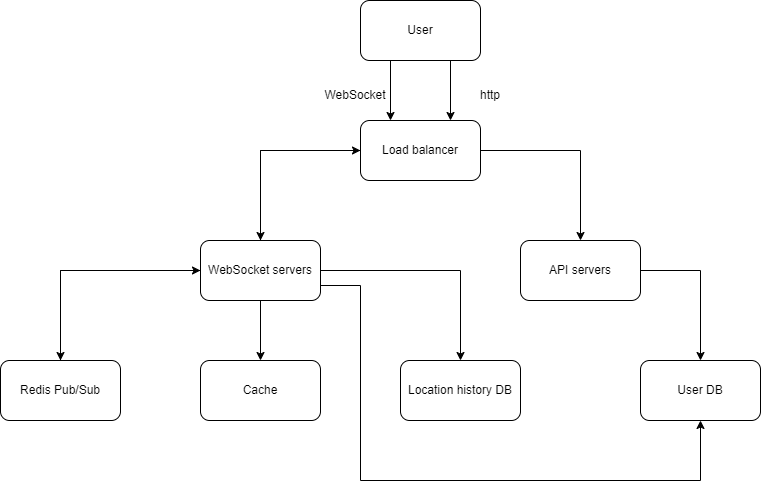
This is img/system-design/nearby-friends1.png from riehseun/riehseun.github.io, a draw.io export, as it was before one commit. Source tidied: cells renumbered, new cells last; positions are measured from the earlier drawing's top-left corner, leaving out a move shared by most shapes.
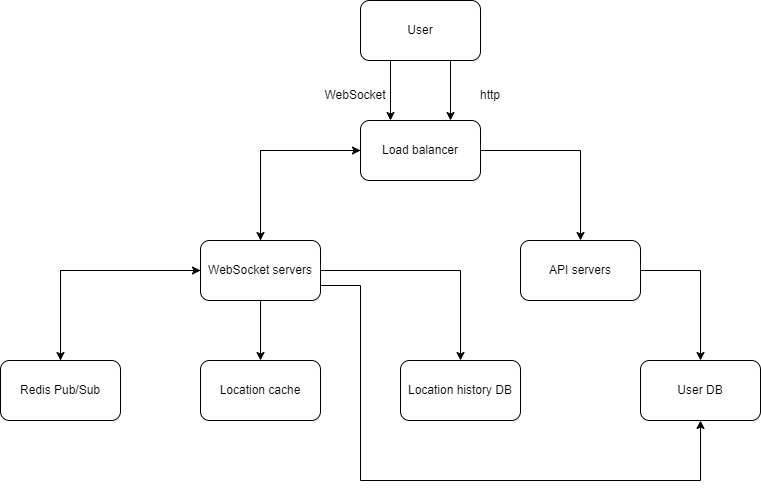
Above is the later version.

What changed in the source:
```diff
@@ -56,7 +56,7 @@
     <mxCell id="17" value="Redis Pub/Sub" style="rounded=1;whiteSpace=wrap;html=1;" parent="1" vertex="1">
       <mxGeometry y="360" width="120" height="60" as="geometry" />
     </mxCell>
-    <mxCell id="18" value="Cache" style="rounded=1;whiteSpace=wrap;html=1;" parent="1" vertex="1">
+    <mxCell id="18" value="Location cache" style="rounded=1;whiteSpace=wrap;html=1;" parent="1" vertex="1">
       <mxGeometry x="200" y="360" width="120" height="60" as="geometry" />
     </mxCell>
     <mxCell id="19" value="Location history DB" style="rounded=1;whiteSpace=wrap;html=1;" parent="1" vertex="1">
```
